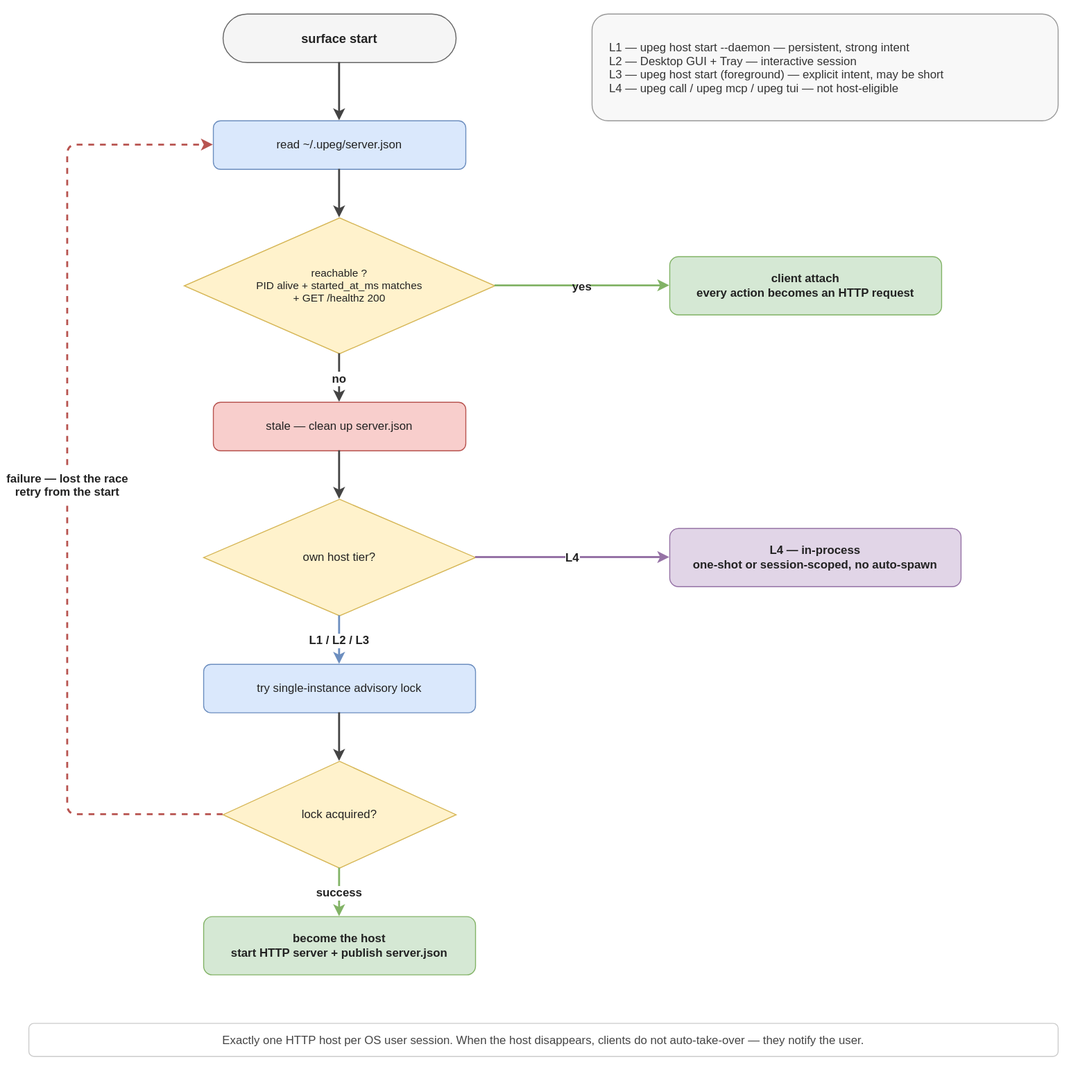
Before: docs/diagrams/host-precedence.drawio.svg, a diagram exported from draw.io (5pecia1/UPeg). Source tidied: cells renumbered, new cells last; positions are measured from the earlier drawing's top-left corner, leaving out a move shared by most shapes.
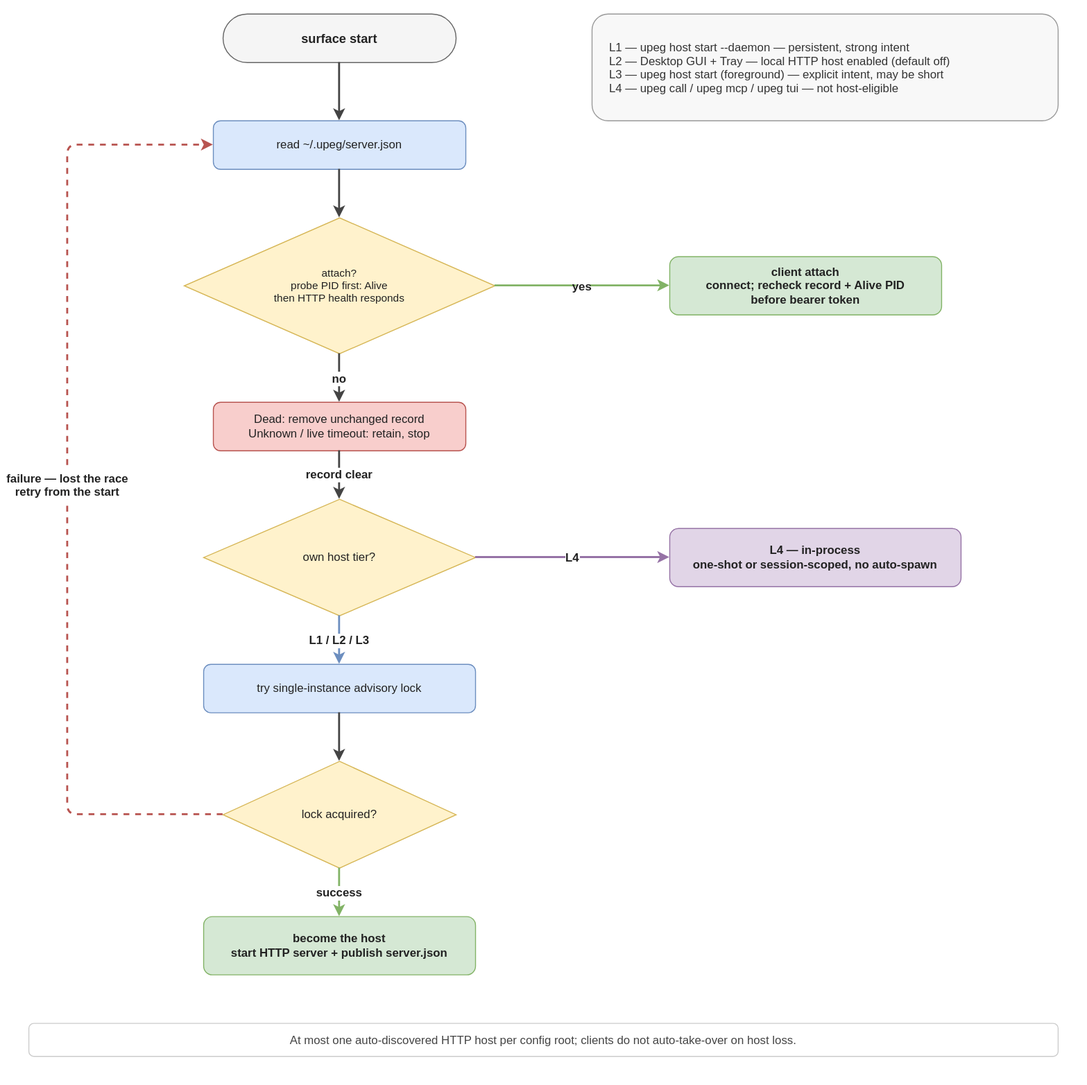
Above is the later version.

Diff of the diagram source:
```diff
@@ -2,7 +2,7 @@
   <root>
     <mxCell id="0" />
     <mxCell id="1" parent="0" />
-    <mxCell id="2" value="L1 — upeg host start --daemon — persistent, strong intent&#10;L2 — Desktop GUI + Tray — interactive session&#10;L3 — upeg host start (foreground) — explicit intent, may be short&#10;L4 — upeg call / upeg mcp / upeg tui — not host-eligible" style="text;html=0;align=left;verticalAlign=middle;fillColor=#f8f8f8;strokeColor=#999999;rounded=1;fontColor=#333333;fontSize=12;spacingLeft=16;" parent="1" vertex="1">
+    <mxCell id="2" value="L1 — upeg host start --daemon — persistent, strong intent&#10;L2 — Desktop GUI + Tray — local HTTP host enabled (default off)&#10;L3 — upeg host start (foreground) — explicit intent, may be short&#10;L4 — upeg call / upeg mcp / upeg tui — not host-eligible" style="text;html=0;align=left;verticalAlign=middle;fillColor=#f8f8f8;strokeColor=#999999;rounded=1;fontColor=#333333;fontSize=12;spacingLeft=16;" parent="1" vertex="1">
       <mxGeometry x="580" width="480" height="110" as="geometry" />
     </mxCell>
     <mxCell id="3" value="surface start" style="rounded=1;arcSize=50;whiteSpace=wrap;html=0;fillColor=#f5f5f5;strokeColor=#666666;fontColor=#222222;fontSize=13;fontStyle=1;" parent="1" vertex="1">
@@ -11,13 +11,13 @@
     <mxCell id="4" value="read ~/.upeg/server.json" style="rounded=1;whiteSpace=wrap;html=0;fillColor=#dae8fc;strokeColor=#6c8ebf;fontColor=#222222;fontSize=12;" parent="1" vertex="1">
       <mxGeometry x="190" y="110" width="260" height="50" as="geometry" />
     </mxCell>
-    <mxCell id="5" value="reachable ?&#10;PID alive  +  started_at_ms matches&#10;+  GET /healthz 200" style="rhombus;whiteSpace=wrap;html=0;fillColor=#fff2cc;strokeColor=#d6b656;fontColor=#222222;fontSize=11;" parent="1" vertex="1">
+    <mxCell id="5" value="attach?&#10;probe PID first: Alive&#10;then HTTP health responds" style="rhombus;whiteSpace=wrap;html=0;fillColor=#fff2cc;strokeColor=#d6b656;fontColor=#222222;fontSize=11;" parent="1" vertex="1">
       <mxGeometry x="160" y="210" width="320" height="140" as="geometry" />
     </mxCell>
-    <mxCell id="6" value="client attach&#10;every action becomes an HTTP request" style="rounded=1;whiteSpace=wrap;html=0;fillColor=#d5e8d4;strokeColor=#82b366;fontColor=#222222;fontSize=12;fontStyle=1;" parent="1" vertex="1">
+    <mxCell id="6" value="client attach&#10;connect; recheck record + Alive PID&#10;before bearer token" style="rounded=1;whiteSpace=wrap;html=0;fillColor=#d5e8d4;strokeColor=#82b366;fontColor=#222222;fontSize=12;fontStyle=1;" parent="1" vertex="1">
       <mxGeometry x="660" y="250" width="280" height="60" as="geometry" />
     </mxCell>
-    <mxCell id="7" value="stale — clean up server.json" style="rounded=1;whiteSpace=wrap;html=0;fillColor=#f8cecc;strokeColor=#b85450;fontColor=#222222;fontSize=12;" parent="1" vertex="1">
+    <mxCell id="7" value="Dead: remove unchanged record&#10;Unknown / live timeout: retain, stop" style="rounded=1;whiteSpace=wrap;html=0;fillColor=#f8cecc;strokeColor=#b85450;fontColor=#222222;fontSize=12;" parent="1" vertex="1">
       <mxGeometry x="190" y="400" width="260" height="50" as="geometry" />
     </mxCell>
     <mxCell id="8" value="own host tier?" style="rhombus;whiteSpace=wrap;html=0;fillColor=#fff2cc;strokeColor=#d6b656;fontColor=#222222;fontSize=12;" parent="1" vertex="1">
@@ -47,7 +47,7 @@
     <mxCell id="16" value="no" style="edgeStyle=orthogonalEdgeStyle;rounded=1;jettySize=auto;html=0;strokeColor=#444444;strokeWidth=2;fontColor=#222222;fontSize=12;fontStyle=1;labelBackgroundColor=#ffffff;exitX=0.5;exitY=1;exitDx=0;exitDy=0;entryX=0.5;entryY=0;entryDx=0;entryDy=0;" parent="1" edge="1" source="5" target="7">
       <mxGeometry relative="1" as="geometry" />
     </mxCell>
-    <mxCell id="17" style="edgeStyle=orthogonalEdgeStyle;rounded=1;jettySize=auto;html=0;strokeColor=#444444;strokeWidth=2;exitX=0.5;exitY=1;exitDx=0;exitDy=0;entryX=0.5;entryY=0;entryDx=0;entryDy=0;" parent="1" edge="1" source="7" target="8">
+    <mxCell id="17" value="record clear" style="edgeStyle=orthogonalEdgeStyle;rounded=1;jettySize=auto;html=0;strokeColor=#444444;strokeWidth=2;exitX=0.5;exitY=1;exitDx=0;entryX=0.5;entryY=0;entryDx=0;entryDy=0;" parent="1" edge="1" source="7" target="8">
       <mxGeometry relative="1" as="geometry" />
     </mxCell>
     <mxCell id="18" value="L4" style="edgeStyle=orthogonalEdgeStyle;rounded=1;jettySize=auto;html=0;strokeColor=#9673a6;strokeWidth=2;fontColor=#222222;fontSize=12;fontStyle=1;labelBackgroundColor=#ffffff;exitX=1;exitY=0.5;exitDx=0;exitDy=0;entryX=0;entryY=0.5;entryDx=0;entryDy=0;" parent="1" edge="1" source="8" target="9">
@@ -70,7 +70,7 @@
         </Array>
       </mxGeometry>
     </mxCell>
-    <mxCell id="23" value="Exactly one HTTP host per OS user session. When the host disappears, clients do not auto-take-over — they notify the user." style="text;html=0;align=center;verticalAlign=middle;fillColor=#ffffff;strokeColor=#cccccc;rounded=1;fontColor=#444444;fontSize=12;" parent="1" vertex="1">
+    <mxCell id="23" value="At most one auto-discovered HTTP host per config root; clients do not auto-take-over on host loss." style="text;html=0;align=center;verticalAlign=middle;fillColor=#ffffff;strokeColor=#cccccc;rounded=1;fontColor=#444444;fontSize=12;" parent="1" vertex="1">
       <mxGeometry y="1040" width="1060" height="34" as="geometry" />
     </mxCell>
   </root>
```
